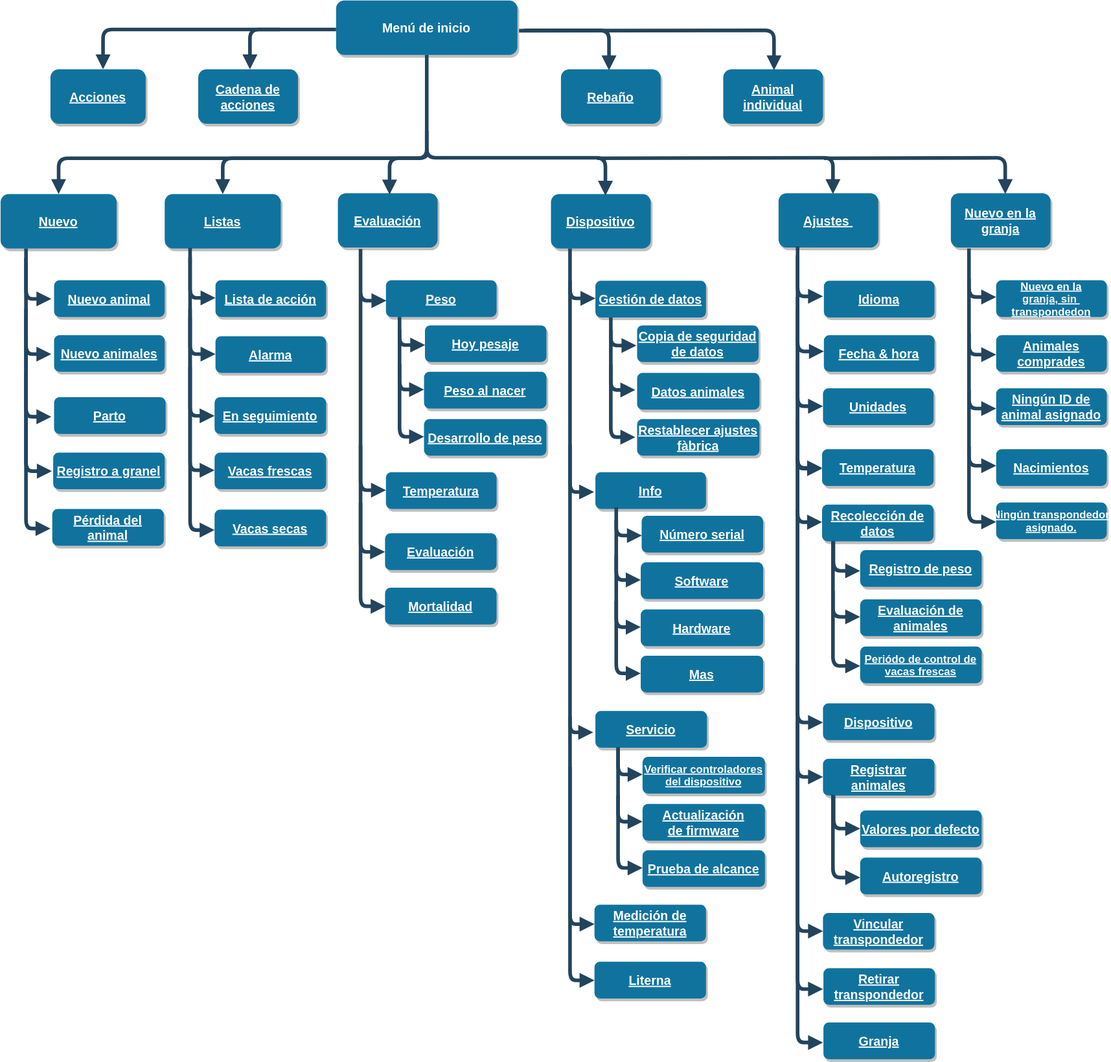
The draw.io diagram content/es/docs/menu/menu-tree.svg in erjoh001/vitalcontrol.de, before a commit. Source tidied: cells renumbered, new cells last; positions are measured from the earlier drawing's top-left corner, leaving out a move shared by most shapes.
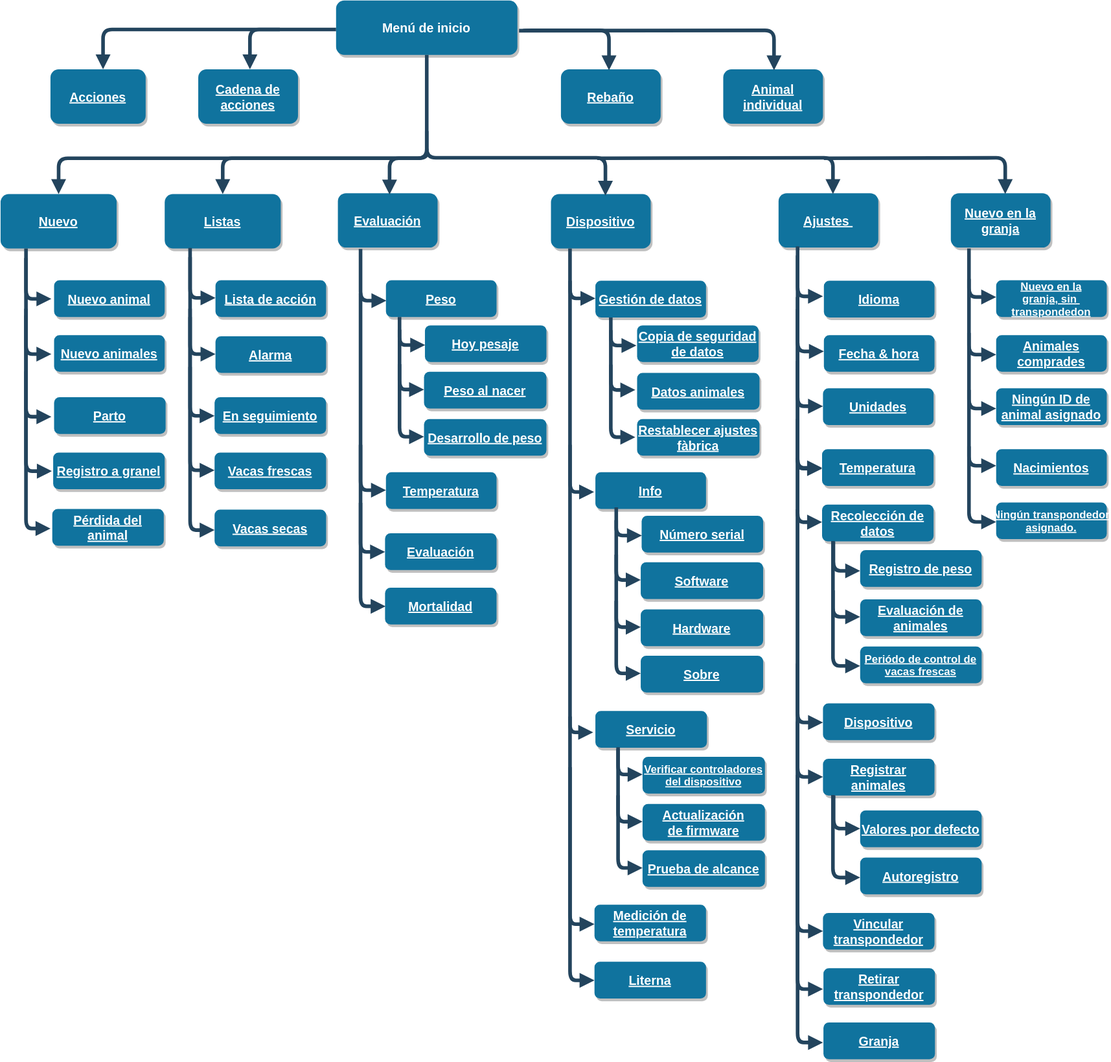
After the change.

Change to the diagram source:
```diff
@@ -383,7 +383,7 @@
         </Array>
       </mxGeometry>
     </mxCell>
-    <mxCell id="64" value="Mas" style="rounded=1;fillColor=#10739E;strokeColor=none;shadow=1;gradientColor=none;fontStyle=5;fontColor=#FFFFFF;fontSize=14;" parent="1" vertex="1">
+    <mxCell id="64" value="Sobre" style="rounded=1;fillColor=#10739E;strokeColor=none;shadow=1;gradientColor=none;fontStyle=5;fontColor=#FFFFFF;fontSize=14;" parent="1" vertex="1">
       <mxGeometry x="731" y="722.5" width="135" height="40.5" as="geometry" />
     </mxCell>
     <mxCell id="65" style="edgeStyle=elbowEdgeStyle;elbow=vertical;strokeWidth=4;endArrow=block;endFill=1;fontStyle=5;strokeColor=#23445D;entryX=0;entryY=0.5;entryDx=0;entryDy=0;rounded=1;" parent="1" edge="1">
```
